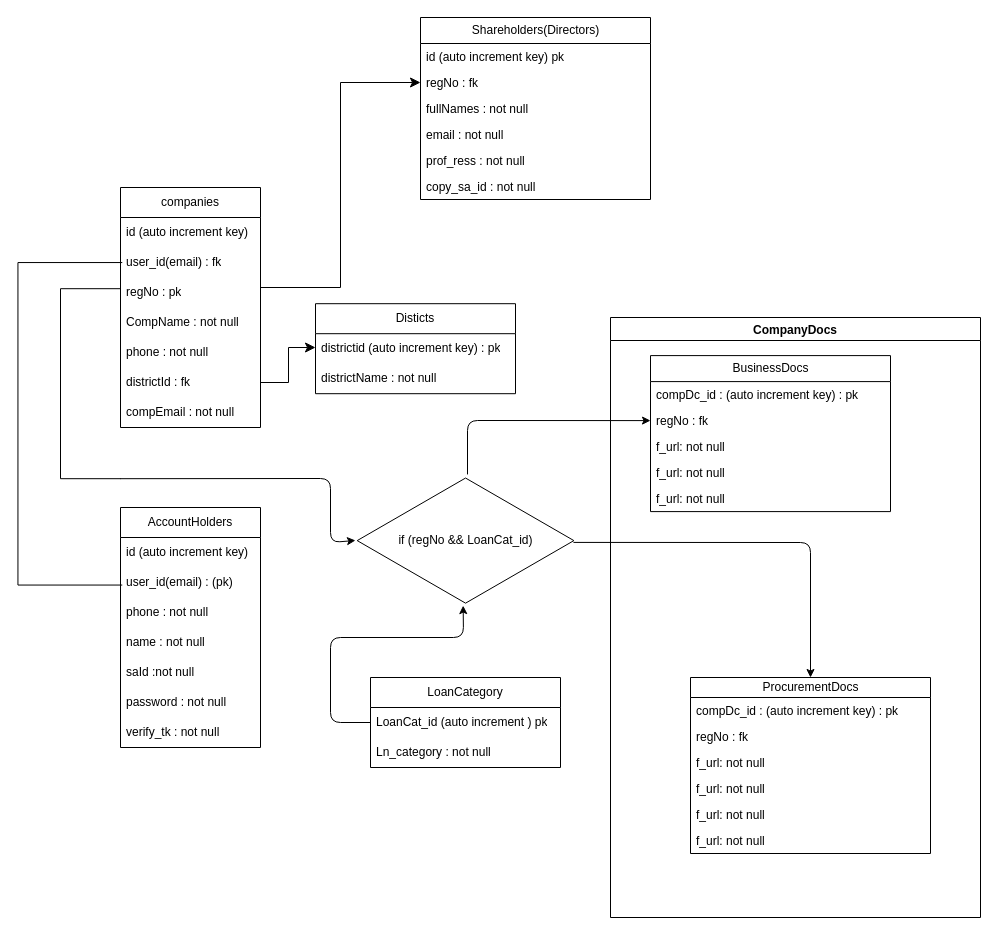
Before: database.drawio in FutureKgaphola/edfd_accounts, a draw.io diagram. Source tidied: cells renumbered, new cells numbered last; positions are measured from the earlier drawing's top-left corner, leaving out a move shared by most shapes. Both pictures are drawn from the tidied source at 100%, with x=0, y=0 at pixel (-92, 17).
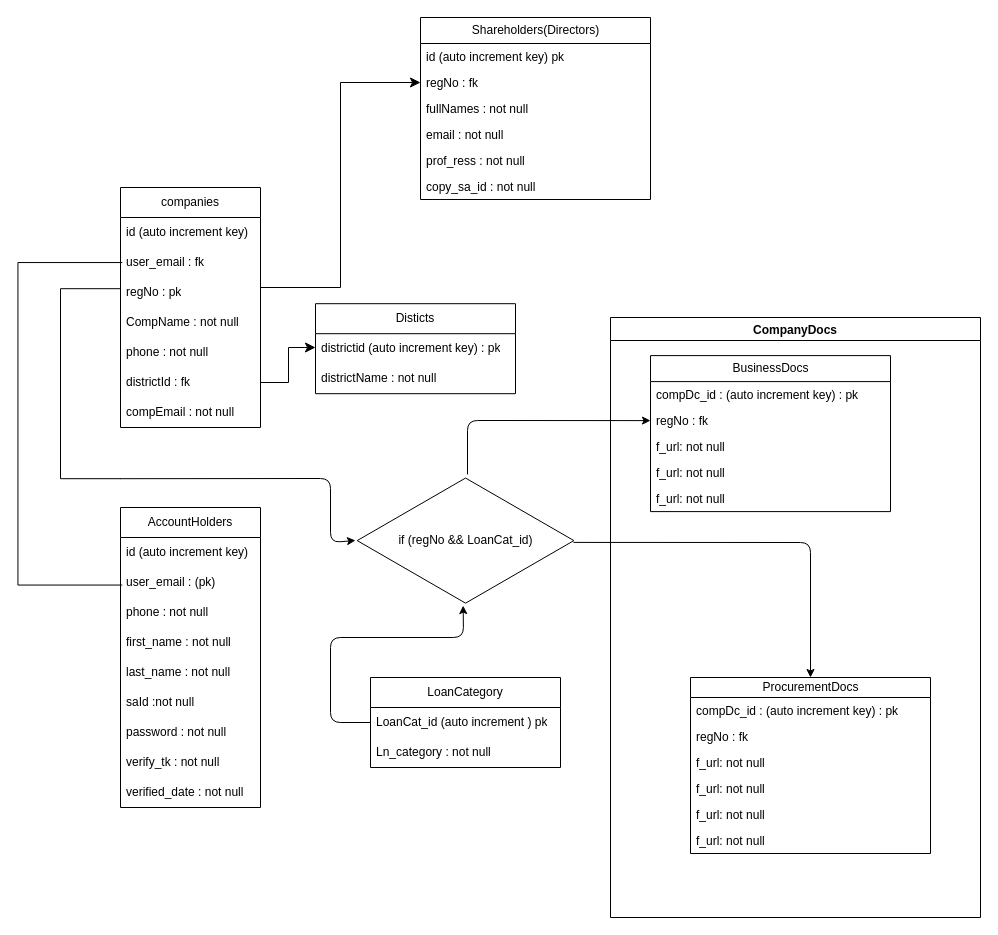
After the change.

Unchanged cells that the change refers to:
```xml
<mxCell id="10" value="companies" style="swimlane;fontStyle=0;horizontal=1;startSize=30;whiteSpace=wrap;html=1;" parent="1" vertex="1">
  <mxGeometry x="212" y="170" width="140" height="240" as="geometry" />
</mxCell>
```

Diff of the diagram source:
```diff
@@
     <mxCell id="2" value="AccountHolders" style="swimlane;fontStyle=0;horizontal=1;startSize=30;whiteSpace=wrap;html=1;" parent="1" vertex="1">
-      <mxGeometry x="212" y="490" width="140" height="240" as="geometry" />
+      <mxGeometry x="212" y="490" width="140" height="300" as="geometry" />
     </mxCell>
@@
-    <mxCell id="4" value="user_id(email) : (pk)" style="text;strokeColor=none;fillColor=none;align=left;verticalAlign=middle;spacingLeft=4;spacingRight=4;overflow=hidden;whiteSpace=wrap;html=1;" parent="2" vertex="1">
+    <mxCell id="4" value="user_email : (pk)" style="text;strokeColor=none;fillColor=none;align=left;verticalAlign=middle;spacingLeft=4;spacingRight=4;overflow=hidden;whiteSpace=wrap;html=1;" parent="2" vertex="1">
       <mxGeometry y="60" width="140" height="30" as="geometry" />
     </mxCell>
@@
+    <mxCell id="54" value="first_name : not null" style="text;strokeColor=none;fillColor=none;align=left;verticalAlign=middle;spacingLeft=4;spacingRight=4;overflow=hidden;whiteSpace=wrap;html=1;" parent="2" vertex="1">
+      <mxGeometry y="120" width="140" height="30" as="geometry" />
+    </mxCell>
-    <mxCell id="6" value="name : not null" style="text;strokeColor=none;fillColor=none;align=left;verticalAlign=middle;spacingLeft=4;spacingRight=4;overflow=hidden;whiteSpace=wrap;html=1;" parent="2" vertex="1">
-      <mxGeometry y="120" width="140" height="30" as="geometry" />
+    <mxCell id="6" value="last_name : not null" style="text;strokeColor=none;fillColor=none;align=left;verticalAlign=middle;spacingLeft=4;spacingRight=4;overflow=hidden;whiteSpace=wrap;html=1;" parent="2" vertex="1">
+      <mxGeometry y="150" width="140" height="30" as="geometry" />
     </mxCell>
     <mxCell id="7" value="saId :not null" style="text;strokeColor=none;fillColor=none;align=left;verticalAlign=middle;spacingLeft=4;spacingRight=4;overflow=hidden;whiteSpace=wrap;html=1;" parent="2" vertex="1">
-      <mxGeometry y="150" width="140" height="30" as="geometry" />
+      <mxGeometry y="180" width="140" height="30" as="geometry" />
     </mxCell>
     <mxCell id="8" value="password : not null" style="text;strokeColor=none;fillColor=none;align=left;verticalAlign=middle;spacingLeft=4;spacingRight=4;overflow=hidden;whiteSpace=wrap;html=1;" parent="2" vertex="1">
-      <mxGeometry y="180" width="140" height="30" as="geometry" />
+      <mxGeometry y="210" width="140" height="30" as="geometry" />
     </mxCell>
     <mxCell id="9" value="verify_tk : not null" style="text;strokeColor=none;fillColor=none;align=left;verticalAlign=middle;spacingLeft=4;spacingRight=4;overflow=hidden;whiteSpace=wrap;html=1;" parent="2" vertex="1">
-      <mxGeometry y="210" width="140" height="30" as="geometry" />
+      <mxGeometry y="240" width="140" height="30" as="geometry" />
     </mxCell>
+    <mxCell id="55" value="verified_date : not null" style="text;strokeColor=none;fillColor=none;align=left;verticalAlign=middle;spacingLeft=4;spacingRight=4;overflow=hidden;whiteSpace=wrap;html=1;" parent="2" vertex="1">
+      <mxGeometry y="270" width="140" height="30" as="geometry" />
+    </mxCell>
@@
-    <mxCell id="12" value="user_id(email) : fk" style="text;strokeColor=none;fillColor=none;align=left;verticalAlign=middle;spacingLeft=4;spacingRight=4;overflow=hidden;whiteSpace=wrap;html=1;" parent="10" vertex="1">
+    <mxCell id="12" value="user_email : fk" style="text;strokeColor=none;fillColor=none;align=left;verticalAlign=middle;spacingLeft=4;spacingRight=4;overflow=hidden;whiteSpace=wrap;html=1;" parent="10" vertex="1">
       <mxGeometry y="60" width="140" height="30" as="geometry" />
     </mxCell>
```
